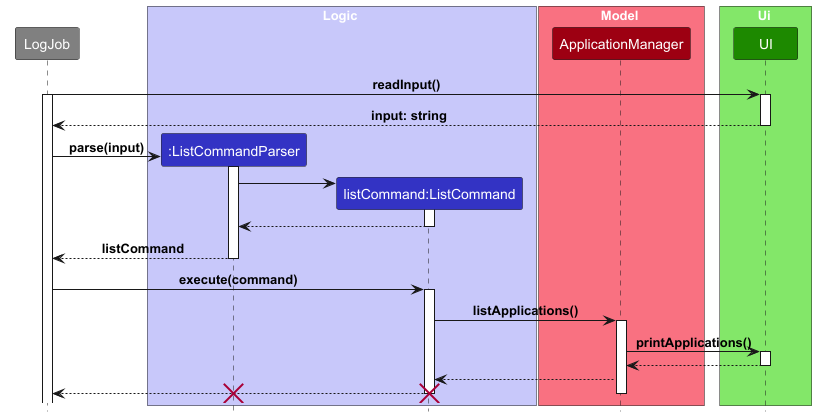
Before: docs/diagrams/sequence-diagrams/list-sequence.png, a diagram exported from PlantUML (irfandeen/tp).
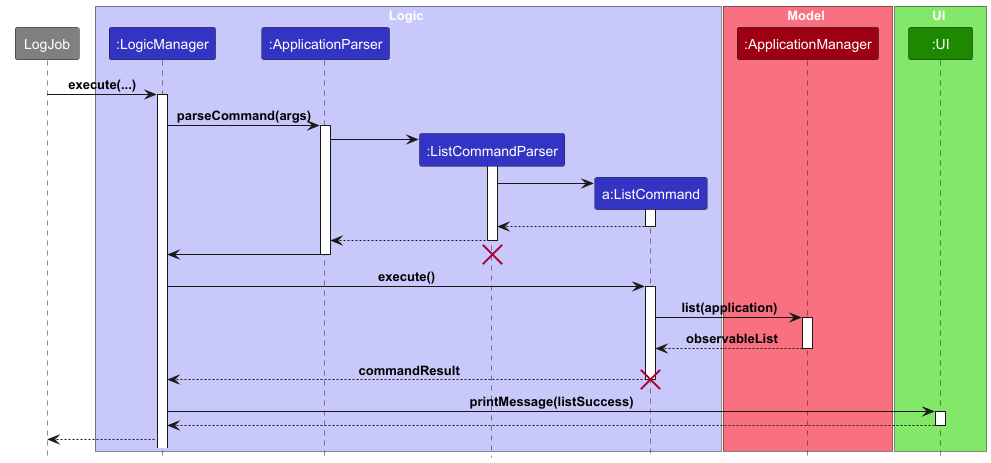
After the change.

Change to the diagram source:
```diff
@@ -5,27 +5,29 @@
 participant LogJob #grey
 
 box Logic LOGIC_COLOR_T1
+participant ":LogicManager" as LogicManager LOGIC_COLOR
+participant ":ApplicationParser" as ApplicationParser LOGIC_COLOR
 participant ":ListCommandParser" as ListCommandParser LOGIC_COLOR
-participant "listCommand:ListCommand" as ListCommand LOGIC_COLOR
+participant "a:ListCommand" as ListCommand LOGIC_COLOR
 end box
 
 box Model MODEL_COLOR_T1
-participant ApplicationManager MODEL_COLOR
-end box
-box Ui UI_COLOR_T1
-participant UI UI_COLOR
+participant ":ApplicationManager" as ApplicationManager MODEL_COLOR
 end box
 
-LogJob -> UI: readInput()
-activate LogJob
-activate UI
-UI --> LogJob: input: string
-deactivate
+box UI UI_COLOR_T1
+participant ":UI" as ui UI_COLOR
+end box
+
+LogJob -> LogicManager : execute(...)
+activate LogicManager
+
+LogicManager -> ApplicationParser: parseCommand(args)
+activate ApplicationParser
 
 create ListCommandParser
-LogJob -> ListCommandParser: parse(input)
+ApplicationParser -> ListCommandParser
 activate ListCommandParser
-
 
 create ListCommand
 ListCommandParser -> ListCommand
@@ -33,23 +35,27 @@
 ListCommand --> ListCommandParser
 deactivate
 
-ListCommandParser --> LogJob: listCommand
-deactivate
+ListCommandParser --> ApplicationParser
+deactivate ListCommandParser
+ApplicationParser -> LogicManager
+destroy ListCommandParser
+deactivate ApplicationParser
 
-LogJob -> ListCommand: execute(command)
+LogicManager -> ListCommand: execute()
 activate ListCommand
-ListCommand -> ApplicationManager: listApplications()
+ListCommand -> ApplicationManager: list(application)
+activate ApplicationManager
+ApplicationManager --> ListCommand: observableList
+deactivate ApplicationManager
+ListCommand --> LogicManager: commandResult
+deactivate ListCommand
+destroy ListCommand
 
-activate ApplicationManager
-ApplicationManager -> UI: printApplications()
-
-activate UI
-UI --> ApplicationManager
-deactivate
-ApplicationManager --> ListCommand
-ListCommand --> LogJob
-deactivate
-destroy ListCommand
-destroy ListCommandParser
+LogicManager -> ui: printMessage(listSuccess)
+activate ui
+ui --> LogicManager
+deactivate ui
+deactivate ListCommand
+LogicManager --> LogJob
 
 @enduml
```
